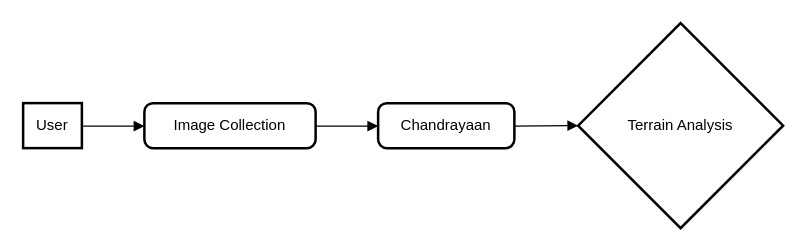
The draw.io diagram Untitled Diagram.drawio in ahmadfaransiddiqui/Initializing-zero, before the edit. Source tidied: cells renumbered, new cells numbered last; positions are measured from the earlier drawing's top-left corner, leaving out a move shared by most shapes. Both pictures are drawn from the tidied source at 125%, with x=0, y=0 at pixel (22, 22).
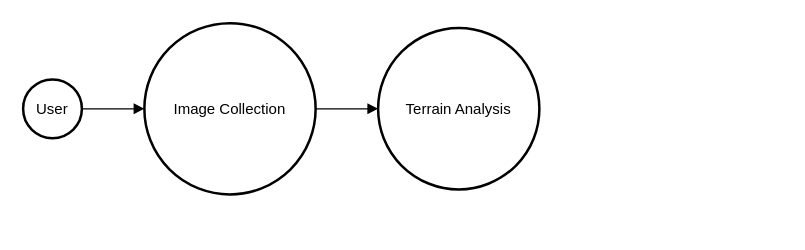
The same diagram, later.

What changed in the source:
```diff
@@
 <mxGraphModel>
   <root>
     <mxCell id="0" />
     <mxCell id="1" parent="0" />
-    <mxCell id="2" value="User" style="whiteSpace=wrap;strokeWidth=2;" parent="1" vertex="1">
-      <mxGeometry y="64" width="47" height="36" as="geometry" />
+    <mxCell id="2" value="User" style="ellipse;strokeWidth=2;whiteSpace=wrap;" parent="1" vertex="1">
+      <mxGeometry y="45" width="47" height="47" as="geometry" />
     </mxCell>
-    <mxCell id="3" value="Image Collection" style="rounded=1;absoluteArcSize=1;arcSize=14;whiteSpace=wrap;strokeWidth=2;" parent="1" vertex="1">
-      <mxGeometry x="97" y="64" width="137" height="36" as="geometry" />
+    <mxCell id="3" value="Image Collection" style="ellipse;strokeWidth=2;whiteSpace=wrap;" parent="1" vertex="1">
+      <mxGeometry x="97" width="137" height="137" as="geometry" />
     </mxCell>
-    <mxCell id="4" value="Chandrayaan" style="rounded=1;absoluteArcSize=1;arcSize=14;whiteSpace=wrap;strokeWidth=2;" parent="1" vertex="1">
-      <mxGeometry x="284" y="64" width="109" height="36" as="geometry" />
+    <mxCell id="4" value="Terrain Analysis" style="ellipse;strokeWidth=2;whiteSpace=wrap;" parent="1" vertex="1">
+      <mxGeometry x="284" y="4" width="129" height="129" as="geometry" />
     </mxCell>
-    <mxCell id="5" value="Terrain Analysis" style="rhombus;strokeWidth=2;whiteSpace=wrap;" parent="1" vertex="1">
-      <mxGeometry x="444" width="164" height="164" as="geometry" />
+    <mxCell id="5" style="curved=1;startArrow=none;endArrow=block;exitX=1;exitY=0.5;entryX=0;entryY=0.5;" parent="1" edge="1" source="2" target="3">
+      <mxGeometry relative="1" as="geometry" />
     </mxCell>
-    <mxCell id="6" style="curved=1;startArrow=none;endArrow=block;exitX=1;exitY=0.51;entryX=0;entryY=0.51;" parent="1" edge="1" source="2" target="3">
+    <mxCell id="6" style="curved=1;startArrow=none;endArrow=block;exitX=1;exitY=0.5;entryX=0;entryY=0.5;" parent="1" edge="1" source="3" target="4">
       <mxGeometry relative="1" as="geometry" />
     </mxCell>
-    <mxCell id="7" style="curved=1;startArrow=none;endArrow=block;exitX=1;exitY=0.51;entryX=0;entryY=0.51;" parent="1" edge="1" source="3" target="4">
-      <mxGeometry relative="1" as="geometry" />
-    </mxCell>
-    <mxCell id="8" style="curved=1;startArrow=none;endArrow=block;exitX=1.01;exitY=0.51;entryX=0;entryY=0.5;" parent="1" edge="1" source="4" target="5">
-      <mxGeometry relative="1" as="geometry" />
-    </mxCell>
   </root>
 </mxGraphModel>
```
